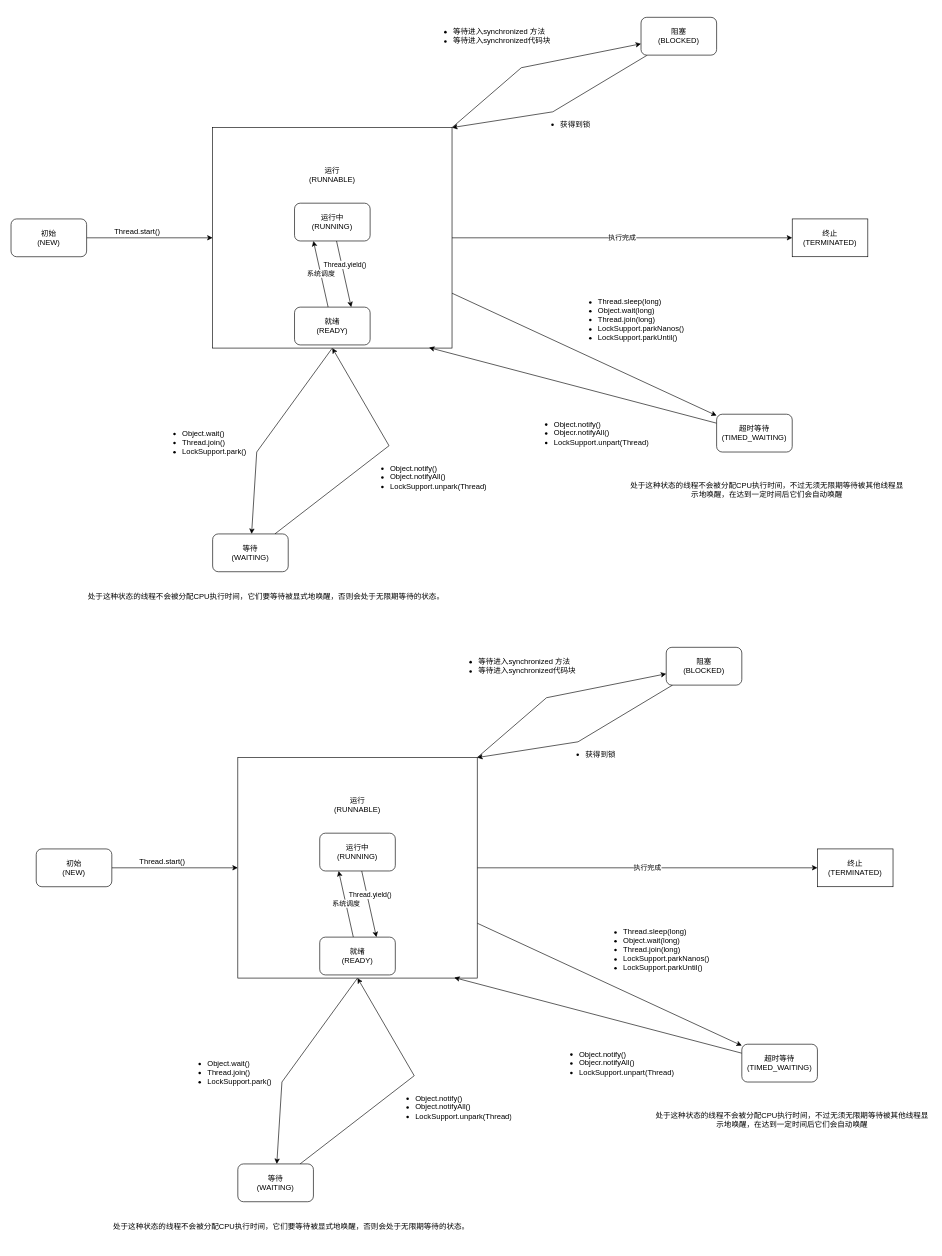
Above: JUC.drawio in Burny-Tech/Burny-drawio (draw.io), before the change. Source tidied: cells renumbered, new cells numbered last; positions are measured from the earlier drawing's top-left corner, leaving out a move shared by most shapes. Both pictures are drawn from the tidied source at 63%, with x=0, y=0 at pixel (11, 11).
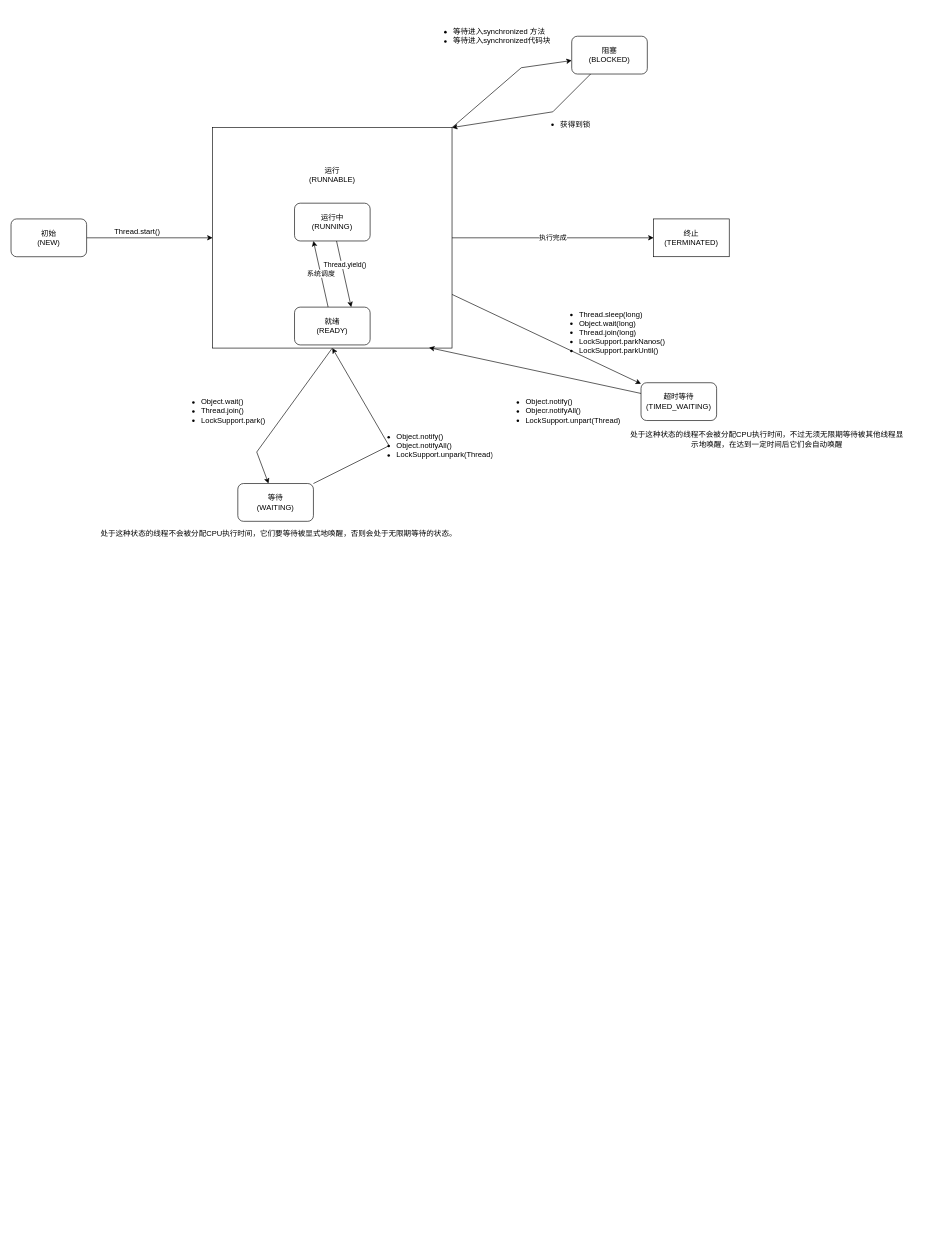
The same diagram, later.

Diff of the diagram source:
```diff
@@
     <mxCell id="16" value="终止&lt;br&gt;(TERMINATED)" style="rounded=0;whiteSpace=wrap;html=1;" parent="1" vertex="1">
-      <mxGeometry x="1240" y="330" width="120" height="60" as="geometry" />
+      <mxGeometry x="1020" y="330" width="120" height="60" as="geometry" />
     </mxCell>
@@
     <mxCell id="18" value="阻塞&lt;br&gt;(BLOCKED)" style="rounded=1;whiteSpace=wrap;html=1;" parent="1" vertex="1">
-      <mxGeometry x="1000" y="10" width="120" height="60" as="geometry" />
+      <mxGeometry x="890" y="40" width="120" height="60" as="geometry" />
     </mxCell>
@@
     <mxCell id="22" value="等待&lt;br&gt;(WAITING)" style="rounded=1;whiteSpace=wrap;html=1;" parent="1" vertex="1">
-      <mxGeometry x="320" y="830" width="120" height="60" as="geometry" />
+      <mxGeometry x="360" y="750" width="120" height="60" as="geometry" />
     </mxCell>
     <mxCell id="23" value="&lt;ul&gt;&lt;li&gt;Object.wait()&lt;/li&gt;&lt;li&gt;Thread.join()&lt;/li&gt;&lt;li&gt;LockSupport.park()&lt;/li&gt;&lt;/ul&gt;" style="text;strokeColor=none;fillColor=none;html=1;whiteSpace=wrap;verticalAlign=middle;overflow=hidden;" parent="1" vertex="1">
-      <mxGeometry x="230" y="630" width="150" height="110" as="geometry" />
+      <mxGeometry x="260" y="580" width="150" height="110" as="geometry" />
     </mxCell>
     <mxCell id="24" value="&lt;ul&gt;&lt;li&gt;Object.notify()&lt;/li&gt;&lt;li&gt;Object.notifyAll()&lt;/li&gt;&lt;li&gt;LockSupport.unpark(Thread)&lt;/li&gt;&lt;/ul&gt;" style="text;strokeColor=none;fillColor=none;html=1;whiteSpace=wrap;verticalAlign=middle;overflow=hidden;" parent="1" vertex="1">
-      <mxGeometry x="560" y="660" width="283" height="160" as="geometry" />
+      <mxGeometry x="570" y="610" width="283" height="160" as="geometry" />
     </mxCell>
@@
     <mxCell id="26" value="超时等待&lt;br&gt;(TIMED_WAITING)" style="rounded=1;whiteSpace=wrap;html=1;" parent="1" vertex="1">
-      <mxGeometry x="1120" y="640" width="120" height="60" as="geometry" />
+      <mxGeometry x="1000" y="590" width="120" height="60" as="geometry" />
     </mxCell>
     <mxCell id="27" value="&lt;ul&gt;&lt;li&gt;Thread.sleep(long)&lt;/li&gt;&lt;li&gt;Object.wait(long)&lt;/li&gt;&lt;li&gt;Thread.join(long)&lt;/li&gt;&lt;li&gt;LockSupport.parkNanos()&lt;/li&gt;&lt;li&gt;LockSupport.parkUntil()&lt;/li&gt;&lt;/ul&gt;" style="text;strokeColor=none;fillColor=none;html=1;whiteSpace=wrap;verticalAlign=middle;overflow=hidden;" parent="1" vertex="1">
-      <mxGeometry x="890" y="420" width="240" height="140" as="geometry" />
+      <mxGeometry x="860" y="440" width="240" height="140" as="geometry" />
     </mxCell>
     <mxCell id="28" value="&lt;ul&gt;&lt;li&gt;Object.notify()&lt;/li&gt;&lt;li&gt;Objecr.notifyAll()&lt;/li&gt;&lt;li&gt;LockSupport.unpart(Thread)&lt;/li&gt;&lt;/ul&gt;" style="text;strokeColor=none;fillColor=none;html=1;whiteSpace=wrap;verticalAlign=middle;overflow=hidden;" parent="1" vertex="1">
-      <mxGeometry x="820" y="600" width="240" height="140" as="geometry" />
+      <mxGeometry x="775" y="565" width="240" height="140" as="geometry" />
     </mxCell>
     <mxCell id="29" value="处于这种状态的线程不会被分配CPU执行时间，它们要等待被显式地唤醒，否则会处于无限期等待的状态。" style="text;html=1;strokeColor=none;fillColor=none;align=center;verticalAlign=middle;whiteSpace=wrap;rounded=0;" parent="1" vertex="1">
-      <mxGeometry x="100" y="900" width="610" height="60" as="geometry" />
+      <mxGeometry x="120" y="800" width="610" height="60" as="geometry" />
     </mxCell>
     <mxCell id="30" value="处于这种状态的线程不会被分配CPU执行时间，不过无须无限期等待被其他线程显示地唤醒，在达到一定时间后它们会自动唤醒" style="text;html=1;strokeColor=none;fillColor=none;align=center;verticalAlign=middle;whiteSpace=wrap;rounded=0;" parent="1" vertex="1">
-      <mxGeometry x="980" y="710" width="440" height="100" as="geometry" />
+      <mxGeometry x="980" y="630" width="440" height="100" as="geometry" />
     </mxCell>
-    <mxCell id="31" style="edgeStyle=orthogonalEdgeStyle;rounded=0;jettySize=auto;html=1;entryX=0;entryY=0.5;entryDx=0;entryDy=0;" parent="1" edge="1" source="32" target="37">
-      <mxGeometry relative="1" as="geometry">
-        <Array as="points">
-          <mxPoint x="220" y="1360" />
-          <mxPoint x="220" y="1360" />
-        </Array>
-      </mxGeometry>
-    </mxCell>
-    <mxCell id="32" value="初始&lt;br&gt;(NEW)" style="rounded=1;whiteSpace=wrap;html=1;" parent="1" vertex="1">
-      <mxGeometry x="40" y="1330" width="120" height="60" as="geometry" />
-    </mxCell>
-    <mxCell id="33" value="执行完成" style="edgeStyle=none;rounded=0;jettySize=auto;html=1;entryX=0;entryY=0.5;entryDx=0;entryDy=0;" parent="1" edge="1" source="37" target="45">
-      <mxGeometry relative="1" as="geometry" />
-    </mxCell>
-    <mxCell id="34" style="edgeStyle=none;rounded=0;jettySize=auto;html=1;exitX=1;exitY=0;exitDx=0;exitDy=0;" parent="1" edge="1" source="37" target="47">
-      <mxGeometry relative="1" as="geometry">
-        <Array as="points">
-          <mxPoint x="850" y="1090" />
-        </Array>
-      </mxGeometry>
-    </mxCell>
-    <mxCell id="35" style="edgeStyle=none;rounded=0;jettySize=auto;html=1;exitX=0.5;exitY=1;exitDx=0;exitDy=0;" parent="1" edge="1" source="37" target="51">
-      <mxGeometry relative="1" as="geometry">
-        <Array as="points">
-          <mxPoint x="430" y="1700" />
-        </Array>
-      </mxGeometry>
-    </mxCell>
-    <mxCell id="36" style="edgeStyle=none;rounded=0;jettySize=auto;html=1;" parent="1" edge="1" source="37" target="55">
-      <mxGeometry relative="1" as="geometry" />
-    </mxCell>
-    <mxCell id="37" value="&lt;blockquote style=&quot;margin: 0 0 0 40px; border: none; padding: 0px;&quot;&gt;&lt;div style=&quot;&quot;&gt;&lt;br&gt;&lt;/div&gt;&lt;/blockquote&gt;" style="rounded=0;whiteSpace=wrap;html=1;align=center;" parent="1" vertex="1">
-      <mxGeometry x="360" y="1185" width="380" height="350" as="geometry" />
-    </mxCell>
-    <mxCell id="38" value="Thread.start()" style="text;html=1;align=center;verticalAlign=middle;strokeColor=none;fillColor=none;" parent="1" vertex="1">
-      <mxGeometry x="190" y="1335" width="100" height="30" as="geometry" />
-    </mxCell>
-    <mxCell id="39" value="运行&lt;br&gt;(RUNNABLE)" style="rounded=1;whiteSpace=wrap;html=1;strokeColor=none;" parent="1" vertex="1">
-      <mxGeometry x="430" y="1200" width="240" height="120" as="geometry" />
-    </mxCell>
-    <mxCell id="40" style="rounded=0;jettySize=auto;html=1;entryX=0.75;entryY=0;entryDx=0;entryDy=0;" parent="1" edge="1" source="42" target="44">
-      <mxGeometry relative="1" as="geometry" />
-    </mxCell>
-    <mxCell id="41" value="Thread.yield()" style="edgeLabel;html=1;align=center;verticalAlign=middle;" parent="40" vertex="1">
-      <mxGeometry x="-0.28" y="4" relative="1" as="geometry" />
-    </mxCell>
-    <mxCell id="42" value="运行中&lt;br&gt;(RUNNING)" style="rounded=1;whiteSpace=wrap;html=1;" parent="1" vertex="1">
-      <mxGeometry x="490" y="1305" width="120" height="60" as="geometry" />
-    </mxCell>
-    <mxCell id="43" value="系统调度" style="edgeStyle=none;rounded=0;jettySize=auto;html=1;entryX=0.25;entryY=1;entryDx=0;entryDy=0;" parent="1" edge="1" source="44" target="42">
-      <mxGeometry relative="1" as="geometry" />
-    </mxCell>
-    <mxCell id="44" value="就绪&lt;br&gt;(READY)" style="rounded=1;whiteSpace=wrap;html=1;" parent="1" vertex="1">
-      <mxGeometry x="490" y="1470" width="120" height="60" as="geometry" />
-    </mxCell>
-    <mxCell id="45" value="终止&lt;br&gt;(TERMINATED)" style="rounded=0;whiteSpace=wrap;html=1;" parent="1" vertex="1">
-      <mxGeometry x="1280" y="1330" width="120" height="60" as="geometry" />
-    </mxCell>
-    <mxCell id="46" style="edgeStyle=none;rounded=0;jettySize=auto;html=1;entryX=1;entryY=0;entryDx=0;entryDy=0;" parent="1" edge="1" source="47" target="37">
-      <mxGeometry relative="1" as="geometry">
-        <Array as="points">
-          <mxPoint x="900" y="1160" />
-        </Array>
-      </mxGeometry>
-    </mxCell>
-    <mxCell id="47" value="阻塞&lt;br&gt;(BLOCKED)" style="rounded=1;whiteSpace=wrap;html=1;" parent="1" vertex="1">
-      <mxGeometry x="1040" y="1010" width="120" height="60" as="geometry" />
-    </mxCell>
-    <mxCell id="48" value="&lt;ul&gt;&lt;li&gt;等待进入synchronized 方法&lt;/li&gt;&lt;li&gt;等待进入synchronized代码块&lt;/li&gt;&lt;/ul&gt;" style="text;strokeColor=none;fillColor=none;html=1;whiteSpace=wrap;verticalAlign=middle;overflow=hidden;" parent="1" vertex="1">
-      <mxGeometry x="700" y="1000" width="240" height="80" as="geometry" />
-    </mxCell>
-    <mxCell id="49" value="&lt;ul&gt;&lt;li&gt;获得到锁&lt;/li&gt;&lt;/ul&gt;" style="text;strokeColor=none;fillColor=none;html=1;whiteSpace=wrap;verticalAlign=middle;overflow=hidden;" parent="1" vertex="1">
-      <mxGeometry x="870" y="1150" width="130" height="60" as="geometry" />
-    </mxCell>
-    <mxCell id="50" style="edgeStyle=none;rounded=0;jettySize=auto;html=1;entryX=0.5;entryY=1;entryDx=0;entryDy=0;" parent="1" edge="1" source="51" target="37">
-      <mxGeometry relative="1" as="geometry">
-        <Array as="points">
-          <mxPoint x="640" y="1690" />
-        </Array>
-      </mxGeometry>
-    </mxCell>
-    <mxCell id="51" value="等待&lt;br&gt;(WAITING)" style="rounded=1;whiteSpace=wrap;html=1;" parent="1" vertex="1">
-      <mxGeometry x="360" y="1830" width="120" height="60" as="geometry" />
-    </mxCell>
-    <mxCell id="52" value="&lt;ul&gt;&lt;li&gt;Object.wait()&lt;/li&gt;&lt;li&gt;Thread.join()&lt;/li&gt;&lt;li&gt;LockSupport.park()&lt;/li&gt;&lt;/ul&gt;" style="text;strokeColor=none;fillColor=none;html=1;whiteSpace=wrap;verticalAlign=middle;overflow=hidden;" parent="1" vertex="1">
-      <mxGeometry x="270" y="1630" width="150" height="110" as="geometry" />
-    </mxCell>
-    <mxCell id="53" value="&lt;ul&gt;&lt;li&gt;Object.notify()&lt;/li&gt;&lt;li&gt;Object.notifyAll()&lt;/li&gt;&lt;li&gt;LockSupport.unpark(Thread)&lt;/li&gt;&lt;/ul&gt;" style="text;strokeColor=none;fillColor=none;html=1;whiteSpace=wrap;verticalAlign=middle;overflow=hidden;" parent="1" vertex="1">
-      <mxGeometry x="600" y="1660" width="283" height="160" as="geometry" />
-    </mxCell>
-    <mxCell id="54" style="edgeStyle=none;rounded=0;jettySize=auto;html=1;entryX=0.904;entryY=0.998;entryDx=0;entryDy=0;entryPerimeter=0;" parent="1" edge="1" source="55" target="37">
-      <mxGeometry relative="1" as="geometry" />
-    </mxCell>
-    <mxCell id="55" value="超时等待&lt;br&gt;(TIMED_WAITING)" style="rounded=1;whiteSpace=wrap;html=1;" parent="1" vertex="1">
-      <mxGeometry x="1160" y="1640" width="120" height="60" as="geometry" />
-    </mxCell>
-    <mxCell id="56" value="&lt;ul&gt;&lt;li&gt;Thread.sleep(long)&lt;/li&gt;&lt;li&gt;Object.wait(long)&lt;/li&gt;&lt;li&gt;Thread.join(long)&lt;/li&gt;&lt;li&gt;LockSupport.parkNanos()&lt;/li&gt;&lt;li&gt;LockSupport.parkUntil()&lt;/li&gt;&lt;/ul&gt;" style="text;strokeColor=none;fillColor=none;html=1;whiteSpace=wrap;verticalAlign=middle;overflow=hidden;" parent="1" vertex="1">
-      <mxGeometry x="930" y="1420" width="240" height="140" as="geometry" />
-    </mxCell>
-    <mxCell id="57" value="&lt;ul&gt;&lt;li&gt;Object.notify()&lt;/li&gt;&lt;li&gt;Objecr.notifyAll()&lt;/li&gt;&lt;li&gt;LockSupport.unpart(Thread)&lt;/li&gt;&lt;/ul&gt;" style="text;strokeColor=none;fillColor=none;html=1;whiteSpace=wrap;verticalAlign=middle;overflow=hidden;" parent="1" vertex="1">
-      <mxGeometry x="860" y="1600" width="240" height="140" as="geometry" />
-    </mxCell>
-    <mxCell id="58" value="处于这种状态的线程不会被分配CPU执行时间，它们要等待被显式地唤醒，否则会处于无限期等待的状态。" style="text;html=1;strokeColor=none;fillColor=none;align=center;verticalAlign=middle;whiteSpace=wrap;rounded=0;" parent="1" vertex="1">
-      <mxGeometry x="140" y="1900" width="610" height="60" as="geometry" />
-    </mxCell>
-    <mxCell id="59" value="处于这种状态的线程不会被分配CPU执行时间，不过无须无限期等待被其他线程显示地唤醒，在达到一定时间后它们会自动唤醒" style="text;html=1;strokeColor=none;fillColor=none;align=center;verticalAlign=middle;whiteSpace=wrap;rounded=0;" parent="1" vertex="1">
-      <mxGeometry x="1020" y="1710" width="440" height="100" as="geometry" />
-    </mxCell>
```
